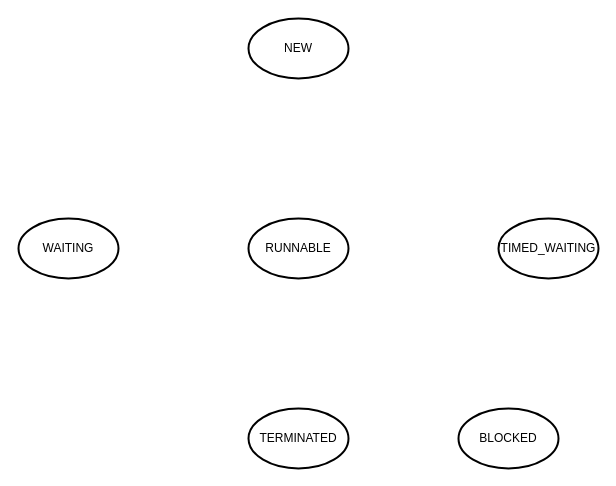
Above: 51cto_jcp.drawio in bluefantasy2014/draw.io (draw.io), before the change. Source tidied: cells renumbered, new cells numbered last; positions are measured from the earlier drawing's top-left corner, leaving out a move shared by most shapes. Both pictures are drawn from the tidied source at 100%, with x=0, y=0 at pixel (18, 18).
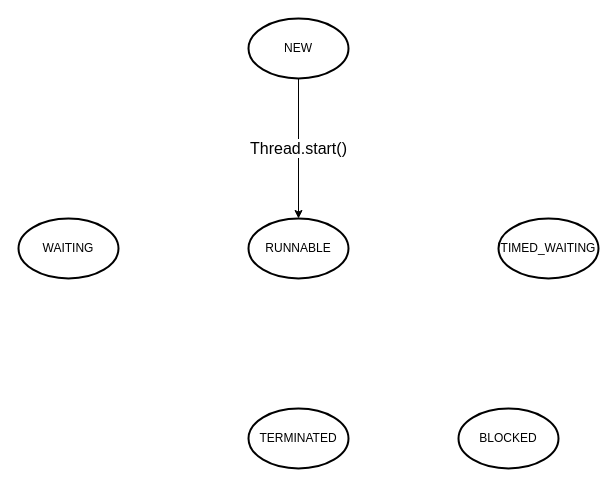
The same diagram, later.

The edit, as a diff of the source:
```diff
@@
 <mxGraphModel>
   <root>
     <mxCell id="0" />
     <mxCell id="1" parent="0" />
     <mxCell id="2" value="WAITING" style="strokeWidth=2;html=1;shape=mxgraph.flowchart.start_1;whiteSpace=wrap;" parent="1" vertex="1">
       <mxGeometry y="200" width="100" height="60" as="geometry" />
     </mxCell>
+    <mxCell id="8" value="Thread.start()" style="edgeStyle=orthogonalEdgeStyle;rounded=0;jettySize=auto;html=1;exitX=0.5;exitY=1;exitDx=0;exitDy=0;exitPerimeter=0;entryX=0.5;entryY=0;entryDx=0;entryDy=0;entryPerimeter=0;fontSize=16;" parent="1" edge="1" source="3" target="4">
+      <mxGeometry relative="1" as="geometry" />
+    </mxCell>
     <mxCell id="3" value="NEW" style="strokeWidth=2;html=1;shape=mxgraph.flowchart.start_1;whiteSpace=wrap;" parent="1" vertex="1">
       <mxGeometry x="230" width="100" height="60" as="geometry" />
     </mxCell>
     <mxCell id="4" value="RUNNABLE" style="strokeWidth=2;html=1;shape=mxgraph.flowchart.start_1;whiteSpace=wrap;" parent="1" vertex="1">
       <mxGeometry x="230" y="200" width="100" height="60" as="geometry" />
     </mxCell>
     <mxCell id="5" value="TIMED_WAITING" style="strokeWidth=2;html=1;shape=mxgraph.flowchart.start_1;whiteSpace=wrap;" parent="1" vertex="1">
       <mxGeometry x="480" y="200" width="100" height="60" as="geometry" />
     </mxCell>
     <mxCell id="6" value="TERMINATED" style="strokeWidth=2;html=1;shape=mxgraph.flowchart.start_1;whiteSpace=wrap;" parent="1" vertex="1">
       <mxGeometry x="230" y="390" width="100" height="60" as="geometry" />
     </mxCell>
     <mxCell id="7" value="BLOCKED" style="strokeWidth=2;html=1;shape=mxgraph.flowchart.start_1;whiteSpace=wrap;" parent="1" vertex="1">
       <mxGeometry x="440" y="390" width="100" height="60" as="geometry" />
     </mxCell>
   </root>
 </mxGraphModel>
```
